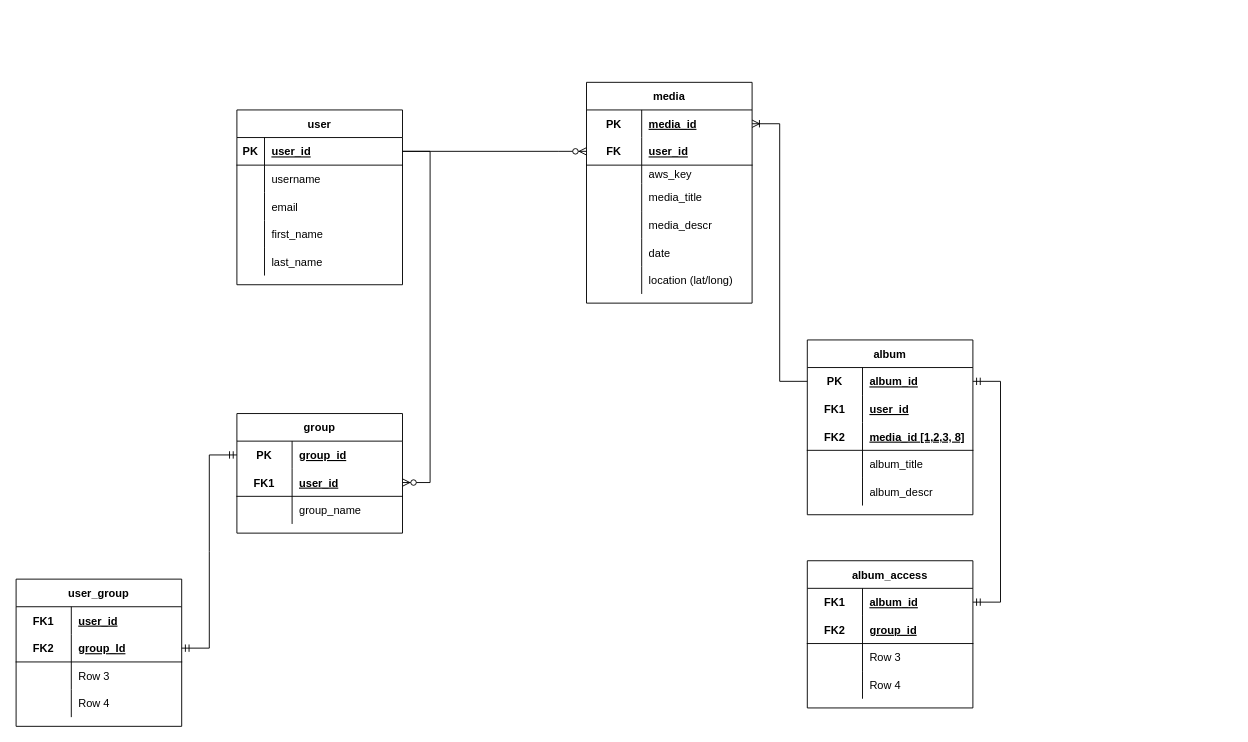
Earlier version of the draw.io diagram page "db_play" (1 of 2) of erd/ERD.drawio (SchoolOfCode/pinit-back-end). Source tidied: cells renumbered, new cells numbered last; positions are measured from the earlier drawing's top-left corner, leaving out a move shared by most shapes. Both pictures are drawn from the tidied source at 92%, with x=0, y=0 at pixel (16, 82).
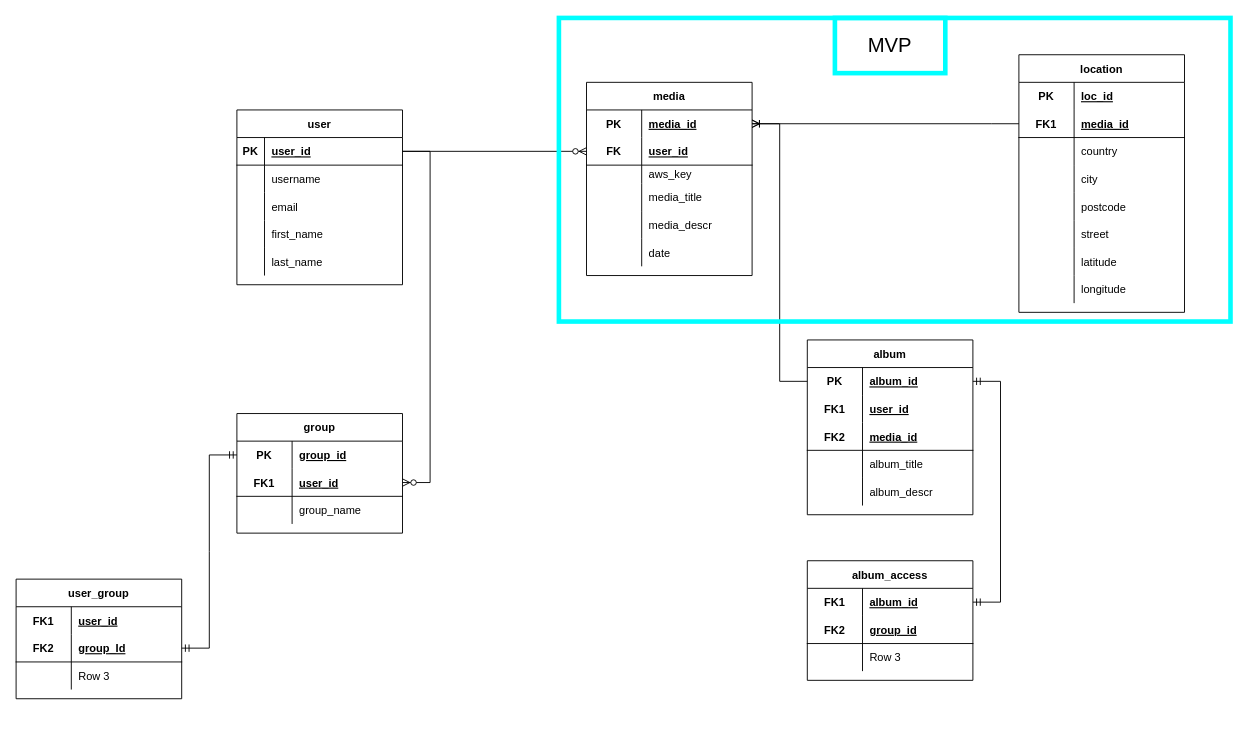
Above is the later version.

Commit message (it also covers changes not shown here):
adjusted erd with location

The change refers to these unchanged cells:
```xml
<mxCell id="3" style="shape=tableRow;horizontal=0;startSize=0;swimlaneHead=0;swimlaneBody=0;fillColor=none;points=[[0,0.5],[1,0.5]];portConstraint=eastwest;top=0;left=0;right=0;bottom=0;" parent="2" vertex="1">
  <mxGeometry y="30" width="180" height="30" as="geometry" />
</mxCell>
<mxCell id="70" style="shape=tableRow;horizontal=0;startSize=0;swimlaneHead=0;swimlaneBody=0;fillColor=none;top=0;left=0;right=0;bottom=1;" parent="63" vertex="1">
  <mxGeometry y="90" width="180" height="30" as="geometry" />
</mxCell>
```

The edit, as a diff of the source:
```diff
@@
     <mxCell id="2" value="media" style="shape=table;startSize=30;childLayout=tableLayout;rowLines=0;fontStyle=1;align=center;" parent="1" vertex="1">
-      <mxGeometry x="620" width="180" height="240" as="geometry" />
+      <mxGeometry x="620" width="180" height="210" as="geometry" />
     </mxCell>
@@
-    <mxCell id="21" style="shape=tableRow;horizontal=0;startSize=0;swimlaneHead=0;swimlaneBody=0;fillColor=none;top=0;left=0;right=0;bottom=0;" parent="2" vertex="1">
-      <mxGeometry y="200" width="180" height="30" as="geometry" />
-    </mxCell>
-    <mxCell id="22" style="shape=partialRectangle;fillColor=none;top=0;left=0;bottom=0;right=0;overflow=hidden;" parent="21" vertex="1">
-      <mxGeometry width="60" height="30" as="geometry" />
-    </mxCell>
-    <mxCell id="23" value="location (lat/long)" style="shape=partialRectangle;fillColor=none;top=0;left=0;bottom=0;right=0;align=left;spacingLeft=6;overflow=hidden;" parent="21" vertex="1">
-      <mxGeometry x="60" width="120" height="30" as="geometry" />
-    </mxCell>
@@
     <mxCell id="50" value="user_group" style="shape=table;startSize=30;childLayout=tableLayout;rowLines=0;fontStyle=1;align=center;" parent="1" vertex="1">
-      <mxGeometry y="540" width="180" height="160" as="geometry" />
+      <mxGeometry y="540" width="180" height="130" as="geometry" />
     </mxCell>
@@
-    <mxCell id="60" style="shape=tableRow;horizontal=0;startSize=0;swimlaneHead=0;swimlaneBody=0;fillColor=none;top=0;left=0;right=0;bottom=0;" parent="50" vertex="1">
-      <mxGeometry y="120" width="180" height="30" as="geometry" />
-    </mxCell>
-    <mxCell id="61" style="shape=partialRectangle;fillColor=none;top=0;left=0;bottom=0;right=0;overflow=hidden;" parent="60" vertex="1">
-      <mxGeometry width="60" height="30" as="geometry" />
-    </mxCell>
-    <mxCell id="62" value="Row 4" style="shape=partialRectangle;fillColor=none;top=0;left=0;bottom=0;right=0;align=left;spacingLeft=6;overflow=hidden;" parent="60" vertex="1">
-      <mxGeometry x="60" width="120" height="30" as="geometry" />
-    </mxCell>
@@
-    <mxCell id="72" value="media_id [1,2,3, 8]" style="shape=partialRectangle;fillColor=none;top=0;left=0;bottom=0;right=0;align=left;spacingLeft=6;fontStyle=5;overflow=hidden;" parent="70" vertex="1">
+    <mxCell id="72" value="media_id" style="shape=partialRectangle;fillColor=none;top=0;left=0;bottom=0;right=0;align=left;spacingLeft=6;fontStyle=5;overflow=hidden;" parent="70" vertex="1">
       <mxGeometry x="60" width="120" height="30" as="geometry" />
     </mxCell>
@@
     <mxCell id="79" value="album_access" style="shape=table;startSize=30;childLayout=tableLayout;rowLines=0;fontStyle=1;align=center;" parent="1" vertex="1">
-      <mxGeometry x="860" y="520" width="180" height="160" as="geometry" />
+      <mxGeometry x="860" y="520" width="180" height="130" as="geometry" />
     </mxCell>
@@
-    <mxCell id="89" style="shape=tableRow;horizontal=0;startSize=0;swimlaneHead=0;swimlaneBody=0;fillColor=none;top=0;left=0;right=0;bottom=0;" parent="79" vertex="1">
-      <mxGeometry y="120" width="180" height="30" as="geometry" />
-    </mxCell>
-    <mxCell id="90" style="shape=partialRectangle;fillColor=none;top=0;left=0;bottom=0;right=0;overflow=hidden;" parent="89" vertex="1">
-      <mxGeometry width="60" height="30" as="geometry" />
-    </mxCell>
-    <mxCell id="91" value="Row 4" style="shape=partialRectangle;fillColor=none;top=0;left=0;bottom=0;right=0;align=left;spacingLeft=6;overflow=hidden;" parent="89" vertex="1">
-      <mxGeometry x="60" width="120" height="30" as="geometry" />
-    </mxCell>
@@
+    <mxCell id="97" style="rounded=0;whiteSpace=wrap;html=1;strokeColor=#00FFFF;strokeWidth=5;fillColor=none;align=center;" parent="1" vertex="1">
+      <mxGeometry x="590" y="-70" width="730" height="330" as="geometry" />
+    </mxCell>
@@
+    <mxCell id="98" value="location" style="shape=table;startSize=30;childLayout=tableLayout;rowLines=0;fontStyle=1;align=center;" parent="1" vertex="1">
+      <mxGeometry x="1090" y="-30" width="180" height="280" as="geometry" />
+    </mxCell>
+    <mxCell id="99" style="shape=tableRow;horizontal=0;startSize=0;swimlaneHead=0;swimlaneBody=0;fillColor=none;top=0;left=0;right=0;bottom=0;" parent="98" vertex="1">
+      <mxGeometry y="30" width="180" height="30" as="geometry" />
+    </mxCell>
+    <mxCell id="100" value="PK" style="shape=partialRectangle;fillColor=none;top=0;left=0;bottom=0;right=0;fontStyle=1;overflow=hidden;" parent="99" vertex="1">
+      <mxGeometry width="60" height="30" as="geometry" />
+    </mxCell>
+    <mxCell id="101" value="loc_id" style="shape=partialRectangle;fillColor=none;top=0;left=0;bottom=0;right=0;align=left;spacingLeft=6;fontStyle=5;overflow=hidden;" parent="99" vertex="1">
+      <mxGeometry x="60" width="120" height="30" as="geometry" />
+    </mxCell>
+    <mxCell id="102" style="shape=tableRow;horizontal=0;startSize=0;swimlaneHead=0;swimlaneBody=0;fillColor=none;points=[[0,0.5],[1,0.5]];portConstraint=eastwest;top=0;left=0;right=0;bottom=1;" parent="98" vertex="1">
+      <mxGeometry y="60" width="180" height="30" as="geometry" />
+    </mxCell>
+    <mxCell id="103" value="FK1" style="shape=partialRectangle;fillColor=none;top=0;left=0;bottom=0;right=0;fontStyle=1;overflow=hidden;" parent="102" vertex="1">
+      <mxGeometry width="60" height="30" as="geometry" />
+    </mxCell>
+    <mxCell id="104" value="media_id" style="shape=partialRectangle;fillColor=none;top=0;left=0;bottom=0;right=0;align=left;spacingLeft=6;fontStyle=5;overflow=hidden;" parent="102" vertex="1">
+      <mxGeometry x="60" width="120" height="30" as="geometry" />
+    </mxCell>
+    <mxCell id="105" style="shape=tableRow;horizontal=0;startSize=0;swimlaneHead=0;swimlaneBody=0;fillColor=none;top=0;left=0;right=0;bottom=0;" parent="98" vertex="1">
+      <mxGeometry y="90" width="180" height="30" as="geometry" />
+    </mxCell>
+    <mxCell id="106" style="shape=partialRectangle;fillColor=none;top=0;left=0;bottom=0;right=0;overflow=hidden;" parent="105" vertex="1">
+      <mxGeometry width="60" height="30" as="geometry" />
+    </mxCell>
+    <mxCell id="107" value="country" style="shape=partialRectangle;fillColor=none;top=0;left=0;bottom=0;right=0;align=left;spacingLeft=6;overflow=hidden;" parent="105" vertex="1">
+      <mxGeometry x="60" width="120" height="30" as="geometry" />
+    </mxCell>
+    <mxCell id="108" style="shape=tableRow;horizontal=0;startSize=0;swimlaneHead=0;swimlaneBody=0;fillColor=none;top=0;left=0;right=0;bottom=0;" parent="98" vertex="1">
+      <mxGeometry y="120" width="180" height="30" as="geometry" />
+    </mxCell>
+    <mxCell id="109" style="shape=partialRectangle;fillColor=none;top=0;left=0;bottom=0;right=0;overflow=hidden;" parent="108" vertex="1">
+      <mxGeometry width="60" height="30" as="geometry" />
+    </mxCell>
+    <mxCell id="110" value="city" style="shape=partialRectangle;fillColor=none;top=0;left=0;bottom=0;right=0;align=left;spacingLeft=6;overflow=hidden;" parent="108" vertex="1">
+      <mxGeometry x="60" width="120" height="30" as="geometry" />
+    </mxCell>
+    <mxCell id="111" style="shape=tableRow;horizontal=0;startSize=0;swimlaneHead=0;swimlaneBody=0;fillColor=none;top=0;left=0;right=0;bottom=0;" parent="98" vertex="1">
+      <mxGeometry y="150" width="180" height="30" as="geometry" />
+    </mxCell>
+    <mxCell id="112" style="shape=partialRectangle;fillColor=none;top=0;left=0;bottom=0;right=0;overflow=hidden;" parent="111" vertex="1">
+      <mxGeometry width="60" height="30" as="geometry" />
+    </mxCell>
+    <mxCell id="113" value="postcode" style="shape=partialRectangle;fillColor=none;top=0;left=0;bottom=0;right=0;align=left;spacingLeft=6;overflow=hidden;" parent="111" vertex="1">
+      <mxGeometry x="60" width="120" height="30" as="geometry" />
+    </mxCell>
+    <mxCell id="114" style="shape=tableRow;horizontal=0;startSize=0;swimlaneHead=0;swimlaneBody=0;fillColor=none;top=0;left=0;right=0;bottom=0;" parent="98" vertex="1">
+      <mxGeometry y="180" width="180" height="30" as="geometry" />
+    </mxCell>
+    <mxCell id="115" style="shape=partialRectangle;fillColor=none;top=0;left=0;bottom=0;right=0;overflow=hidden;" parent="114" vertex="1">
+      <mxGeometry width="60" height="30" as="geometry" />
+    </mxCell>
+    <mxCell id="116" value="street" style="shape=partialRectangle;fillColor=none;top=0;left=0;bottom=0;right=0;align=left;spacingLeft=6;overflow=hidden;" parent="114" vertex="1">
+      <mxGeometry x="60" width="120" height="30" as="geometry" />
+    </mxCell>
+    <mxCell id="117" style="shape=tableRow;horizontal=0;startSize=0;swimlaneHead=0;swimlaneBody=0;fillColor=none;top=0;left=0;right=0;bottom=0;" parent="98" vertex="1">
+      <mxGeometry y="210" width="180" height="30" as="geometry" />
+    </mxCell>
+    <mxCell id="118" style="shape=partialRectangle;fillColor=none;top=0;left=0;bottom=0;right=0;overflow=hidden;" parent="117" vertex="1">
+      <mxGeometry width="60" height="30" as="geometry" />
+    </mxCell>
+    <mxCell id="119" value="latitude" style="shape=partialRectangle;fillColor=none;top=0;left=0;bottom=0;right=0;align=left;spacingLeft=6;overflow=hidden;" parent="117" vertex="1">
+      <mxGeometry x="60" width="120" height="30" as="geometry" />
+    </mxCell>
+    <mxCell id="120" style="shape=tableRow;horizontal=0;startSize=0;swimlaneHead=0;swimlaneBody=0;fillColor=none;top=0;left=0;right=0;bottom=0;" parent="98" vertex="1">
+      <mxGeometry y="240" width="180" height="30" as="geometry" />
+    </mxCell>
+    <mxCell id="121" style="shape=partialRectangle;fillColor=none;top=0;left=0;bottom=0;right=0;overflow=hidden;" parent="120" vertex="1">
+      <mxGeometry width="60" height="30" as="geometry" />
+    </mxCell>
+    <mxCell id="122" value="longitude" style="shape=partialRectangle;fillColor=none;top=0;left=0;bottom=0;right=0;align=left;spacingLeft=6;overflow=hidden;" parent="120" vertex="1">
+      <mxGeometry x="60" width="120" height="30" as="geometry" />
+    </mxCell>
+    <mxCell id="123" style="edgeStyle=entityRelationEdgeStyle;fontSize=12;html=1;endArrow=ERoneToMany;rounded=0;exitX=0;exitY=0.5;exitDx=0;exitDy=0;entryX=1;entryY=0.5;entryDx=0;entryDy=0;" parent="1" edge="1" source="102" target="3">
+      <mxGeometry relative="1" as="geometry" />
+    </mxCell>
+    <mxCell id="124" value="&lt;span&gt;&lt;font style=&quot;font-size: 22px&quot;&gt;MVP&lt;/font&gt;&lt;/span&gt;" style="rounded=0;whiteSpace=wrap;html=1;fontSize=15;strokeColor=#00FFFF;strokeWidth=5;fillColor=none;" parent="1" vertex="1">
+      <mxGeometry x="890" y="-70" width="120" height="60" as="geometry" />
+    </mxCell>
```
